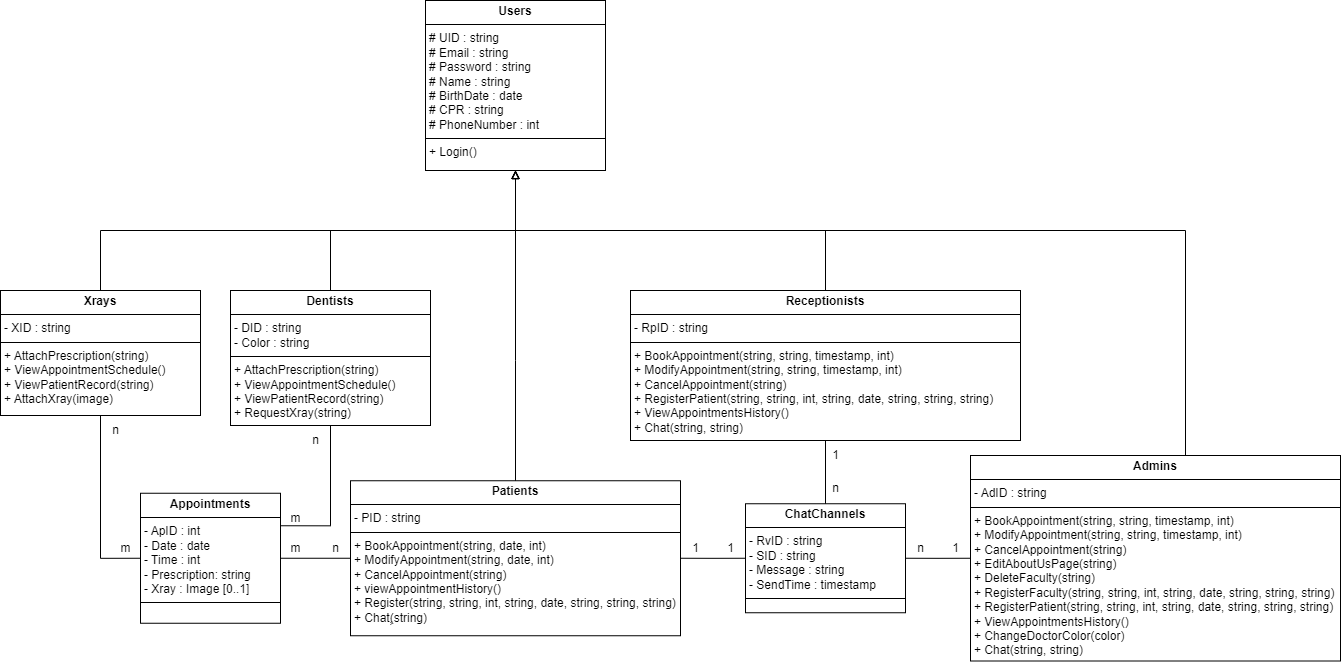
Above: Design/Class Diagram.png in MohamedIsa/Dental-Clinic-System (draw.io), before the change. Source tidied: cells renumbered, new cells last; positions are measured from the earlier drawing's top-left corner, leaving out a move shared by most shapes.
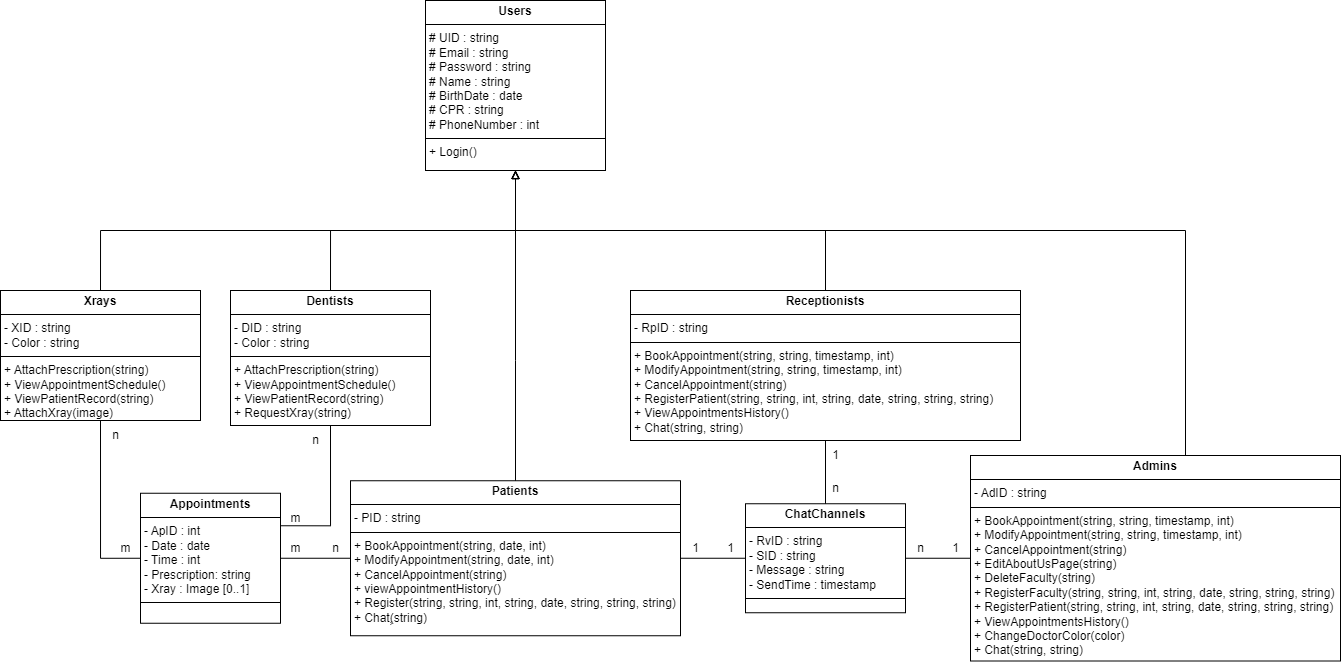
Later version of the same file.

Change to the diagram source:
```diff
@@ -58,8 +58,8 @@
         </Array>
       </mxGeometry>
     </mxCell>
-    <mxCell id="14" value="&lt;p style=&quot;margin:0px;margin-top:4px;text-align:center;&quot;&gt;&lt;b&gt;Xrays&lt;/b&gt;&lt;/p&gt;&lt;hr size=&quot;1&quot; style=&quot;border-style:solid;&quot;&gt;&lt;p style=&quot;margin:0px;margin-left:4px;&quot;&gt;- XID : string&lt;br&gt;&lt;/p&gt;&lt;hr size=&quot;1&quot; style=&quot;border-style:solid;&quot;&gt;&lt;p style=&quot;margin: 0px 0px 0px 4px;&quot;&gt;&lt;span style=&quot;background-color: initial;&quot;&gt;+ AttachPrescription(string)&lt;/span&gt;&lt;br&gt;&lt;/p&gt;&lt;p style=&quot;margin: 0px 0px 0px 4px;&quot;&gt;+ ViewAppointmentSchedule()&lt;/p&gt;&lt;p style=&quot;margin: 0px 0px 0px 4px;&quot;&gt;+ ViewPatientRecord(string)&lt;/p&gt;&lt;p style=&quot;margin: 0px 0px 0px 4px;&quot;&gt;+ AttachXray(image)&lt;/p&gt;&lt;p style=&quot;margin:0px;margin-left:4px;&quot;&gt;&lt;br&gt;&lt;/p&gt;" style="verticalAlign=top;align=left;overflow=fill;html=1;whiteSpace=wrap;" parent="1" vertex="1">
-      <mxGeometry y="290" width="200" height="125" as="geometry" />
+    <mxCell id="14" value="&lt;p style=&quot;margin:0px;margin-top:4px;text-align:center;&quot;&gt;&lt;b&gt;Xrays&lt;/b&gt;&lt;/p&gt;&lt;hr size=&quot;1&quot; style=&quot;border-style:solid;&quot;&gt;&lt;p style=&quot;margin:0px;margin-left:4px;&quot;&gt;- XID : string&lt;br&gt;&lt;/p&gt;&lt;p style=&quot;margin:0px;margin-left:4px;&quot;&gt;- Color : string&lt;/p&gt;&lt;hr size=&quot;1&quot; style=&quot;border-style:solid;&quot;&gt;&lt;p style=&quot;margin: 0px 0px 0px 4px;&quot;&gt;&lt;span style=&quot;background-color: initial;&quot;&gt;+ AttachPrescription(string)&lt;/span&gt;&lt;br&gt;&lt;/p&gt;&lt;p style=&quot;margin: 0px 0px 0px 4px;&quot;&gt;+ ViewAppointmentSchedule()&lt;/p&gt;&lt;p style=&quot;margin: 0px 0px 0px 4px;&quot;&gt;+ ViewPatientRecord(string)&lt;/p&gt;&lt;p style=&quot;margin: 0px 0px 0px 4px;&quot;&gt;+ AttachXray(image)&lt;/p&gt;&lt;p style=&quot;margin:0px;margin-left:4px;&quot;&gt;&lt;br&gt;&lt;/p&gt;" style="verticalAlign=top;align=left;overflow=fill;html=1;whiteSpace=wrap;" parent="1" vertex="1">
+      <mxGeometry y="290" width="200" height="130" as="geometry" />
     </mxCell>
     <mxCell id="15" value="n" style="text;html=1;align=center;verticalAlign=middle;strokeColor=none;fillColor=none;" parent="1" vertex="1">
       <mxGeometry x="320" y="533.2" width="30" height="30" as="geometry" />
@@ -95,7 +95,7 @@
       <mxGeometry relative="1" as="geometry" />
     </mxCell>
     <mxCell id="26" value="n" style="text;html=1;align=center;verticalAlign=middle;strokeColor=none;fillColor=none;" parent="1" vertex="1">
-      <mxGeometry x="100" y="415" width="30" height="30" as="geometry" />
+      <mxGeometry x="100" y="420" width="30" height="30" as="geometry" />
     </mxCell>
     <mxCell id="27" value="m" style="text;html=1;align=center;verticalAlign=middle;strokeColor=none;fillColor=none;" parent="1" vertex="1">
       <mxGeometry x="110" y="533.2" width="30" height="30" as="geometry" />
```
